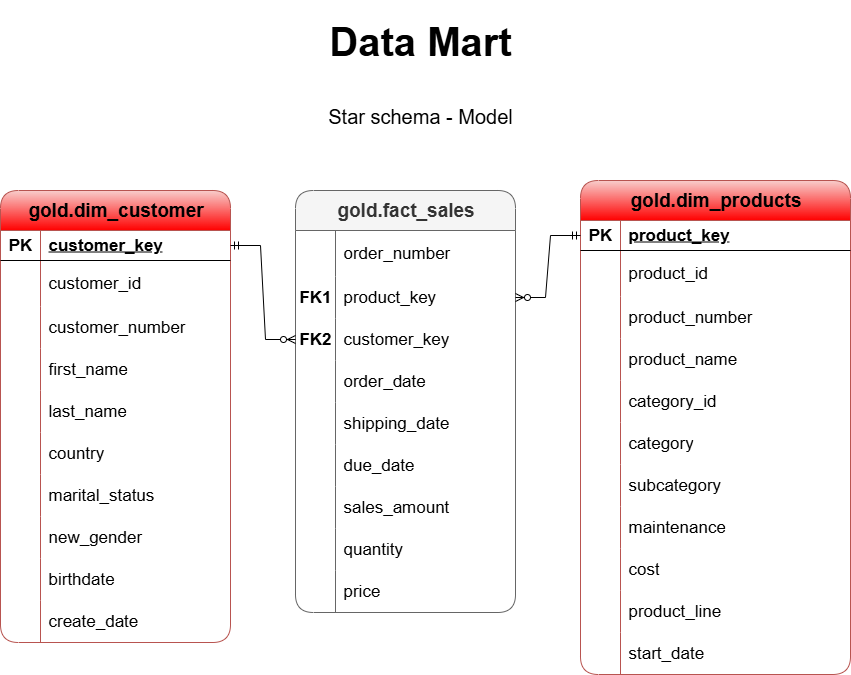
The draw.io diagram docs/DWH_Data_Mart.png in branesh2k/sql-data-warehouse, before a commit. Source tidied: cells renumbered, new cells last; positions are measured from the earlier drawing's top-left corner, leaving out a move shared by most shapes.
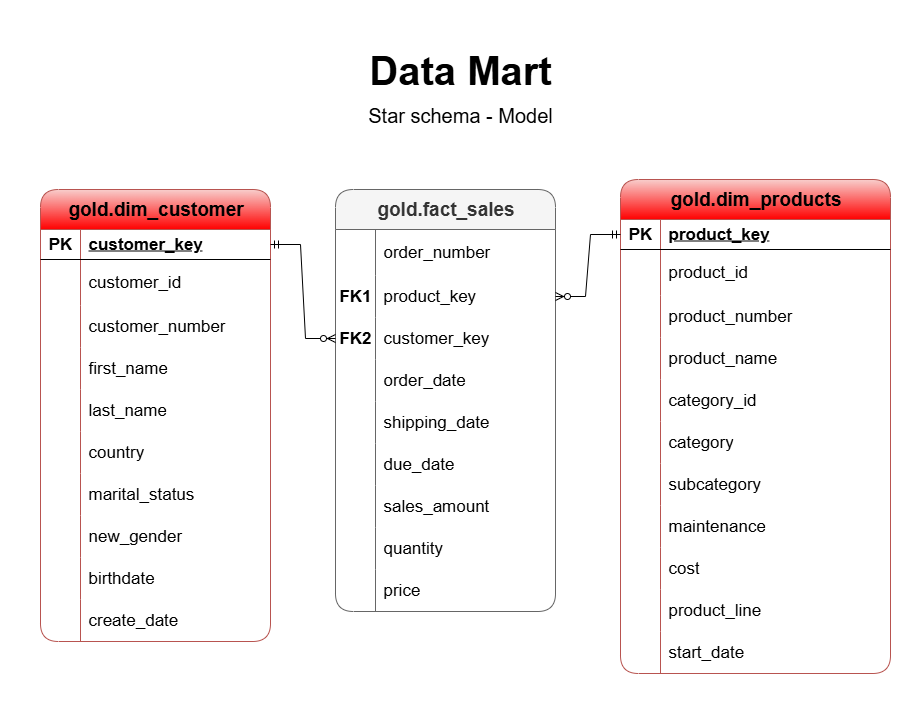
The same file after the commit.

The edit, as a diff of the source:
```diff
@@ -2,6 +2,9 @@
   <root>
     <mxCell id="0" />
     <mxCell id="1" parent="0" />
+    <mxCell id="99" style="rounded=0;whiteSpace=wrap;html=1;strokeColor=none;" parent="1" vertex="1">
+      <mxGeometry x="-40" width="920" height="710" as="geometry" />
+    </mxCell>
     <mxCell id="2" value="&lt;font style=&quot;font-size: 19px;&quot;&gt;gold.dim_customer&lt;/font&gt;" style="shape=table;startSize=40;rowLines=0;fontStyle=1;align=center;html=1;fontSize=17;fillColor=#f8cecc;strokeColor=#b85450;gradientColor=#FF0000;rounded=1;spacing=2;spacingTop=0;" parent="1" vertex="1">
       <mxGeometry y="190" width="230" height="452" as="geometry" />
     </mxCell>
@@ -292,7 +295,7 @@
       <mxGeometry relative="1" as="geometry" />
     </mxCell>
     <mxCell id="97" value="&lt;b&gt;&lt;font style=&quot;font-size: 40px;&quot;&gt;Data Mart&lt;/font&gt;&lt;/b&gt;" style="text;html=1;align=center;verticalAlign=middle;whiteSpace=wrap;rounded=0;labelBackgroundColor=default;" parent="1" vertex="1">
-      <mxGeometry x="325" width="190" height="80" as="geometry" />
+      <mxGeometry x="325" y="30" width="190" height="80" as="geometry" />
     </mxCell>
     <mxCell id="98" value="&lt;font style=&quot;font-size: 20px;&quot;&gt;Star schema - Model&lt;/font&gt;" style="text;html=1;align=center;verticalAlign=middle;whiteSpace=wrap;rounded=0;labelBackgroundColor=default;" parent="1" vertex="1">
       <mxGeometry x="320" y="100" width="200" height="30" as="geometry" />
```
